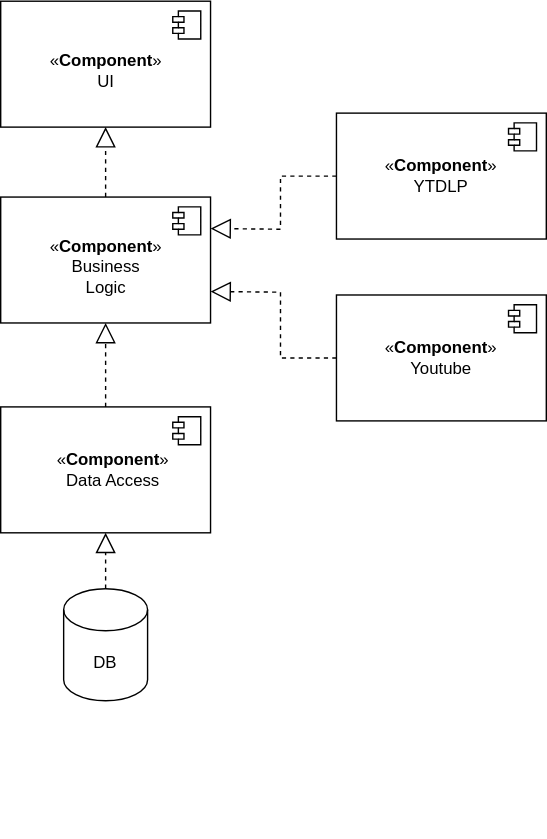
Above: img/layers.svg in TwoTeaToTwo/IU7_Software_Design (draw.io), before the change. Source tidied: cells renumbered, new cells last; positions are measured from the earlier drawing's top-left corner, leaving out a move shared by most shapes.
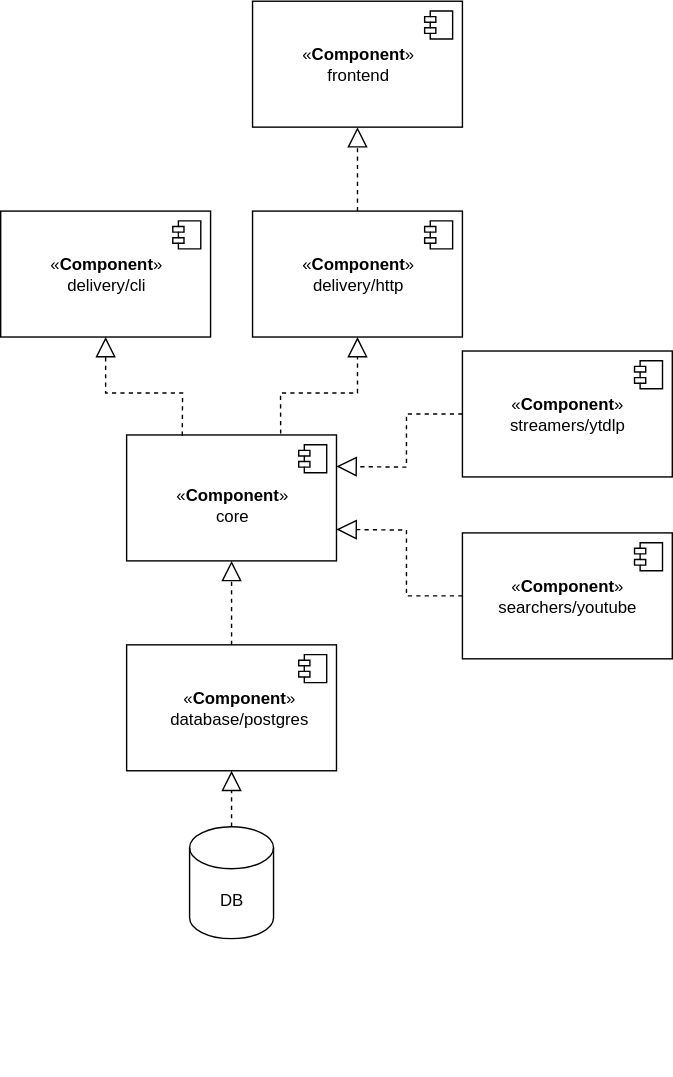
After the change.

Change to the diagram source:
```diff
@@ -3,7 +3,7 @@
     <mxCell id="0" />
     <mxCell id="1" parent="0" />
     <mxCell id="2" style="html=1;whiteSpace=wrap;" parent="1" vertex="1">
-      <mxGeometry width="150" height="90" as="geometry" />
+      <mxGeometry x="-90" y="-20" width="150" height="90" as="geometry" />
     </mxCell>
     <mxCell id="3" style="shape=module;jettyWidth=8;jettyHeight=4;" parent="2" vertex="1">
       <mxGeometry x="1" width="20" height="20" relative="1" as="geometry">
@@ -29,8 +29,8 @@
     <mxCell id="8" style="ellipse;whiteSpace=wrap;html=1;align=center;fillColor=none;strokeColor=none;perimeter=centerPerimeter;strokeWidth=0;perimeterSpacing=0;flipH=0;flipV=1;" parent="1" vertex="1">
       <mxGeometry x="102" y="588" width="10" height="10" as="geometry" />
     </mxCell>
-    <mxCell id="9" value="&lt;span style=&quot;text-wrap: wrap;&quot;&gt;«&lt;/span&gt;&lt;b style=&quot;text-wrap: wrap;&quot;&gt;Component&lt;/b&gt;&lt;span style=&quot;text-wrap: wrap;&quot;&gt;»&lt;/span&gt;&lt;div style=&quot;text-wrap: wrap;&quot;&gt;Data Access&lt;/div&gt;" style="text;html=1;align=center;verticalAlign=middle;strokeColor=none;fillColor=none;" parent="1" vertex="1">
-      <mxGeometry x="30" y="315" width="100" height="40" as="geometry" />
+    <mxCell id="9" value="&lt;span style=&quot;text-wrap: wrap;&quot;&gt;«&lt;/span&gt;&lt;b style=&quot;text-wrap: wrap;&quot;&gt;Component&lt;/b&gt;&lt;span style=&quot;text-wrap: wrap;&quot;&gt;»&lt;/span&gt;&lt;div style=&quot;text-wrap: wrap;&quot;&gt;database/postgres&lt;/div&gt;" style="text;html=1;align=center;verticalAlign=middle;strokeColor=none;fillColor=none;" parent="1" vertex="1">
+      <mxGeometry x="20" y="315" width="120" height="40" as="geometry" />
     </mxCell>
     <mxCell id="10" style="ellipse;whiteSpace=wrap;html=1;align=center;fillColor=none;strokeColor=none;perimeter=centerPerimeter;strokeWidth=0;perimeterSpacing=0;flipH=0;flipV=1;" parent="1" vertex="1">
       <mxGeometry x="102" y="588" width="10" height="10" as="geometry" />
@@ -53,22 +53,27 @@
     <mxCell id="16" value="DB" style="shape=cylinder3;whiteSpace=wrap;html=1;boundedLbl=1;backgroundOutline=1;size=15;" parent="1" vertex="1">
       <mxGeometry x="45" y="420" width="60" height="80" as="geometry" />
     </mxCell>
-    <mxCell id="17" value="&lt;span style=&quot;text-wrap: wrap;&quot;&gt;«&lt;/span&gt;&lt;b style=&quot;text-wrap: wrap;&quot;&gt;Component&lt;/b&gt;&lt;span style=&quot;text-wrap: wrap;&quot;&gt;»&lt;/span&gt;&lt;div style=&quot;text-wrap: wrap;&quot;&gt;Business Logic&lt;/div&gt;" style="text;html=1;align=center;verticalAlign=middle;strokeColor=none;fillColor=none;" parent="1" vertex="1">
+    <mxCell id="17" value="&lt;span style=&quot;text-wrap: wrap;&quot;&gt;«&lt;/span&gt;&lt;b style=&quot;text-wrap: wrap;&quot;&gt;Component&lt;/b&gt;&lt;span style=&quot;text-wrap: wrap;&quot;&gt;»&lt;/span&gt;&lt;div style=&quot;text-wrap: wrap;&quot;&gt;core&lt;/div&gt;" style="text;html=1;align=center;verticalAlign=middle;strokeColor=none;fillColor=none;" parent="1" vertex="1">
       <mxGeometry x="25" y="170" width="100" height="40" as="geometry" />
     </mxCell>
-    <mxCell id="18" value="&lt;span style=&quot;text-wrap: wrap;&quot;&gt;«&lt;/span&gt;&lt;b style=&quot;text-wrap: wrap;&quot;&gt;Component&lt;/b&gt;&lt;span style=&quot;text-wrap: wrap;&quot;&gt;»&lt;/span&gt;&lt;div style=&quot;text-wrap: wrap;&quot;&gt;UI&lt;/div&gt;" style="text;html=1;align=center;verticalAlign=middle;strokeColor=none;fillColor=none;" parent="1" vertex="1">
-      <mxGeometry x="25" y="30" width="100" height="40" as="geometry" />
+    <mxCell id="18" value="&lt;span style=&quot;text-wrap: wrap;&quot;&gt;«&lt;/span&gt;&lt;b style=&quot;text-wrap: wrap;&quot;&gt;Component&lt;/b&gt;&lt;span style=&quot;text-wrap: wrap;&quot;&gt;»&lt;/span&gt;&lt;div style=&quot;text-wrap: wrap;&quot;&gt;delivery/cli&lt;/div&gt;" style="text;html=1;align=center;verticalAlign=middle;strokeColor=none;fillColor=none;" parent="1" vertex="1">
+      <mxGeometry x="-65" y="5" width="100" height="40" as="geometry" />
     </mxCell>
     <mxCell id="19" style="endArrow=block;dashed=1;endFill=0;endSize=12;html=1;rounded=0;entryX=0.5;entryY=1;entryDx=0;entryDy=0;exitX=0.5;exitY=0;exitDx=0;exitDy=0;" parent="1" edge="1" source="6" target="4">
       <mxGeometry relative="1" as="geometry" />
     </mxCell>
-    <mxCell id="20" style="endArrow=block;dashed=1;endFill=0;endSize=12;html=1;rounded=0;entryX=0.5;entryY=1;entryDx=0;entryDy=0;exitX=0.5;exitY=0;exitDx=0;exitDy=0;" parent="1" edge="1" source="4" target="2">
-      <mxGeometry relative="1" as="geometry" />
+    <mxCell id="20" style="endArrow=block;dashed=1;endFill=0;endSize=12;html=1;rounded=0;entryX=0.5;entryY=1;entryDx=0;entryDy=0;exitX=0.265;exitY=0.006;exitDx=0;exitDy=0;exitPerimeter=0;" parent="1" edge="1" source="4" target="2">
+      <mxGeometry relative="1" as="geometry">
+        <Array as="points">
+          <mxPoint x="40" y="110" />
+          <mxPoint x="-15" y="110" />
+        </Array>
+      </mxGeometry>
     </mxCell>
     <mxCell id="21" style="endArrow=block;dashed=1;endFill=0;endSize=12;html=1;rounded=0;entryX=0.5;entryY=1;entryDx=0;entryDy=0;exitX=0.5;exitY=0;exitDx=0;exitDy=0;exitPerimeter=0;" parent="1" edge="1" source="16" target="6">
       <mxGeometry relative="1" as="geometry" />
     </mxCell>
-    <mxCell id="22" value="«&lt;b&gt;Component&lt;/b&gt;»&lt;div&gt;YTDLP&lt;/div&gt;" style="html=1;whiteSpace=wrap;" parent="1" vertex="1">
+    <mxCell id="22" value="«&lt;b&gt;Component&lt;/b&gt;»&lt;div&gt;streamers/ytdlp&lt;/div&gt;" style="html=1;whiteSpace=wrap;" parent="1" vertex="1">
       <mxGeometry x="240" y="80" width="150" height="90" as="geometry" />
     </mxCell>
     <mxCell id="23" style="shape=module;jettyWidth=8;jettyHeight=4;" parent="22" vertex="1">
@@ -76,7 +81,7 @@
         <mxPoint x="-27" y="7" as="offset" />
       </mxGeometry>
     </mxCell>
-    <mxCell id="24" value="«&lt;b&gt;Component&lt;/b&gt;»&lt;div&gt;Youtube&lt;/div&gt;" style="html=1;whiteSpace=wrap;" parent="1" vertex="1">
+    <mxCell id="24" value="«&lt;b&gt;Component&lt;/b&gt;»&lt;div&gt;searchers/youtube&lt;/div&gt;" style="html=1;whiteSpace=wrap;" parent="1" vertex="1">
       <mxGeometry x="240" y="210" width="150" height="90" as="geometry" />
     </mxCell>
     <mxCell id="25" style="shape=module;jettyWidth=8;jettyHeight=4;" parent="24" vertex="1">
@@ -100,5 +105,38 @@
         </Array>
       </mxGeometry>
     </mxCell>
+    <mxCell id="28" style="html=1;whiteSpace=wrap;" parent="1" vertex="1">
+      <mxGeometry x="90" y="-20" width="150" height="90" as="geometry" />
+    </mxCell>
+    <mxCell id="29" style="shape=module;jettyWidth=8;jettyHeight=4;" parent="28" vertex="1">
+      <mxGeometry x="1" width="20" height="20" relative="1" as="geometry">
+        <mxPoint x="-27" y="7" as="offset" />
+      </mxGeometry>
+    </mxCell>
+    <mxCell id="30" value="&lt;span style=&quot;text-wrap: wrap;&quot;&gt;«&lt;/span&gt;&lt;b style=&quot;text-wrap: wrap;&quot;&gt;Component&lt;/b&gt;&lt;span style=&quot;text-wrap: wrap;&quot;&gt;»&lt;/span&gt;&lt;div style=&quot;text-wrap: wrap;&quot;&gt;delivery/http&lt;/div&gt;" style="text;html=1;align=center;verticalAlign=middle;strokeColor=none;fillColor=none;" parent="1" vertex="1">
+      <mxGeometry x="115" y="5" width="100" height="40" as="geometry" />
+    </mxCell>
+    <mxCell id="31" style="endArrow=block;dashed=1;endFill=0;endSize=12;html=1;rounded=0;entryX=0.5;entryY=1;entryDx=0;entryDy=0;exitX=0.734;exitY=-0.011;exitDx=0;exitDy=0;exitPerimeter=0;" parent="1" edge="1" source="4" target="28">
+      <mxGeometry relative="1" as="geometry">
+        <Array as="points">
+          <mxPoint x="110" y="110" />
+          <mxPoint x="165" y="110" />
+        </Array>
+      </mxGeometry>
+    </mxCell>
+    <mxCell id="32" style="html=1;whiteSpace=wrap;" parent="1" vertex="1">
+      <mxGeometry x="90" y="-170" width="150" height="90" as="geometry" />
+    </mxCell>
+    <mxCell id="33" style="shape=module;jettyWidth=8;jettyHeight=4;" parent="32" vertex="1">
+      <mxGeometry x="1" width="20" height="20" relative="1" as="geometry">
+        <mxPoint x="-27" y="7" as="offset" />
+      </mxGeometry>
+    </mxCell>
+    <mxCell id="34" value="&lt;span style=&quot;text-wrap: wrap;&quot;&gt;«&lt;/span&gt;&lt;b style=&quot;text-wrap: wrap;&quot;&gt;Component&lt;/b&gt;&lt;span style=&quot;text-wrap: wrap;&quot;&gt;»&lt;/span&gt;&lt;div style=&quot;text-wrap: wrap;&quot;&gt;frontend&lt;/div&gt;" style="text;html=1;align=center;verticalAlign=middle;strokeColor=none;fillColor=none;" parent="1" vertex="1">
+      <mxGeometry x="115" y="-145" width="100" height="40" as="geometry" />
+    </mxCell>
+    <mxCell id="35" style="endArrow=block;dashed=1;endFill=0;endSize=12;html=1;rounded=0;entryX=0.5;entryY=1;entryDx=0;entryDy=0;exitX=0.5;exitY=0;exitDx=0;exitDy=0;" parent="1" edge="1" source="28" target="32">
+      <mxGeometry relative="1" as="geometry" />
+    </mxCell>
   </root>
 </mxGraphModel>
```
